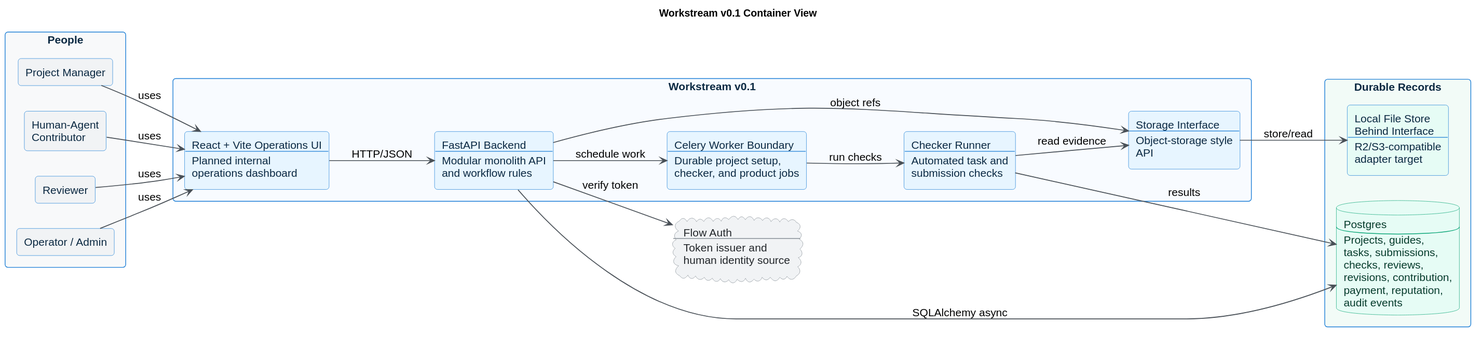
jorshimayor/workstream keeps this PlantUML diagram as docs/diagrams/rendered/workstream_v01_container.svg. Above is the earlier version.
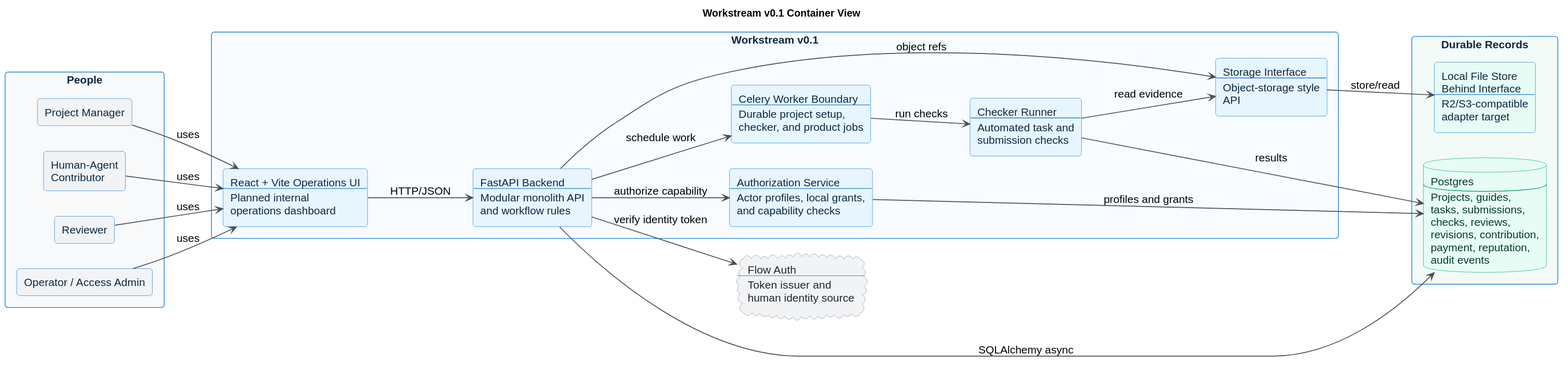
The same diagram one commit later.

What changed in the source:
```diff
@@ -31,7 +31,7 @@
   rectangle "Project Manager" as project_manager #F1F3F5
   rectangle "Human-Agent\nContributor" as worker #F1F3F5
   rectangle "Reviewer" as reviewer #F1F3F5
-  rectangle "Operator / Admin" as operator #F1F3F5
+  rectangle "Operator / Access Admin" as operator #F1F3F5
 }
 
 cloud "Flow Auth\n----\nToken issuer and\nhuman identity source" as flow_auth
@@ -39,6 +39,7 @@
 package "Workstream v0.1" #F8FBFF {
   rectangle "React + Vite Operations UI\n----\nPlanned internal\noperations dashboard" as frontend
   rectangle "FastAPI Backend\n----\nModular monolith API\nand workflow rules" as api
+  rectangle "Authorization Service\n----\nActor profiles, local grants,\nand capability checks" as authorization
   rectangle "Celery Worker Boundary\n----\nDurable project setup,\nchecker, and product jobs" as jobs
   rectangle "Checker Runner\n----\nAutomated task and\nsubmission checks" as checker
   rectangle "Storage Interface\n----\nObject-storage style\nAPI" as storage_adapter
@@ -55,7 +56,9 @@
 operator --> frontend : uses
 
 frontend --> api : HTTP/JSON
-api --> flow_auth : verify token
+api --> flow_auth : verify identity token
+api --> authorization : authorize capability
+authorization --> postgres : profiles and grants
 api --> postgres : SQLAlchemy async
 api --> storage_adapter : object refs
 api --> jobs : schedule work
```
